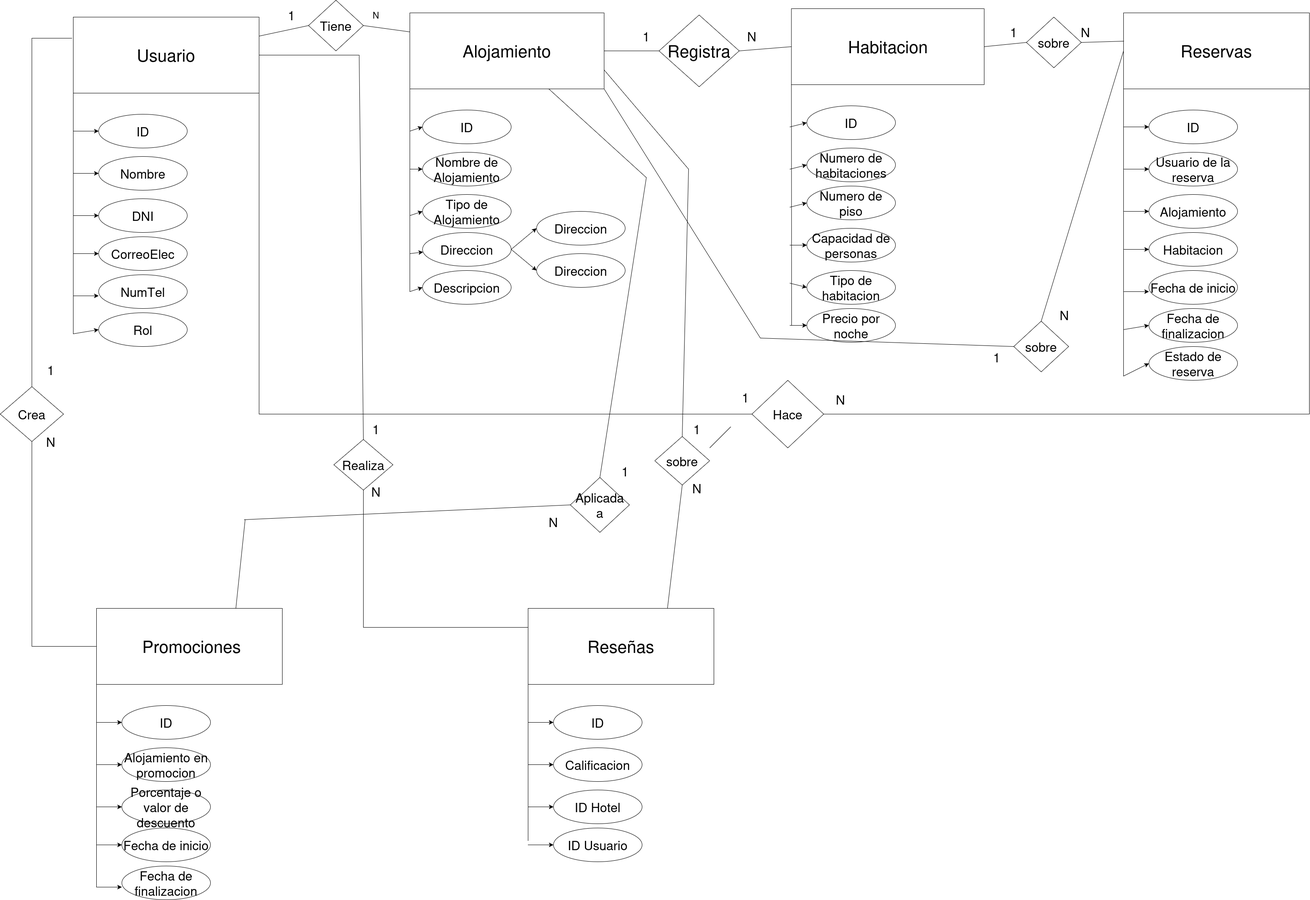
Before: Documentacion/Base_de_datos/MER gestion de reservas hotel.drawio.png, a diagram exported from draw.io (ElBoccha/-Grupo5_Garcerino_ESTFA_2026-). Source tidied: cells renumbered, new cells last; positions are measured from the earlier drawing's top-left corner, leaving out a move shared by most shapes.
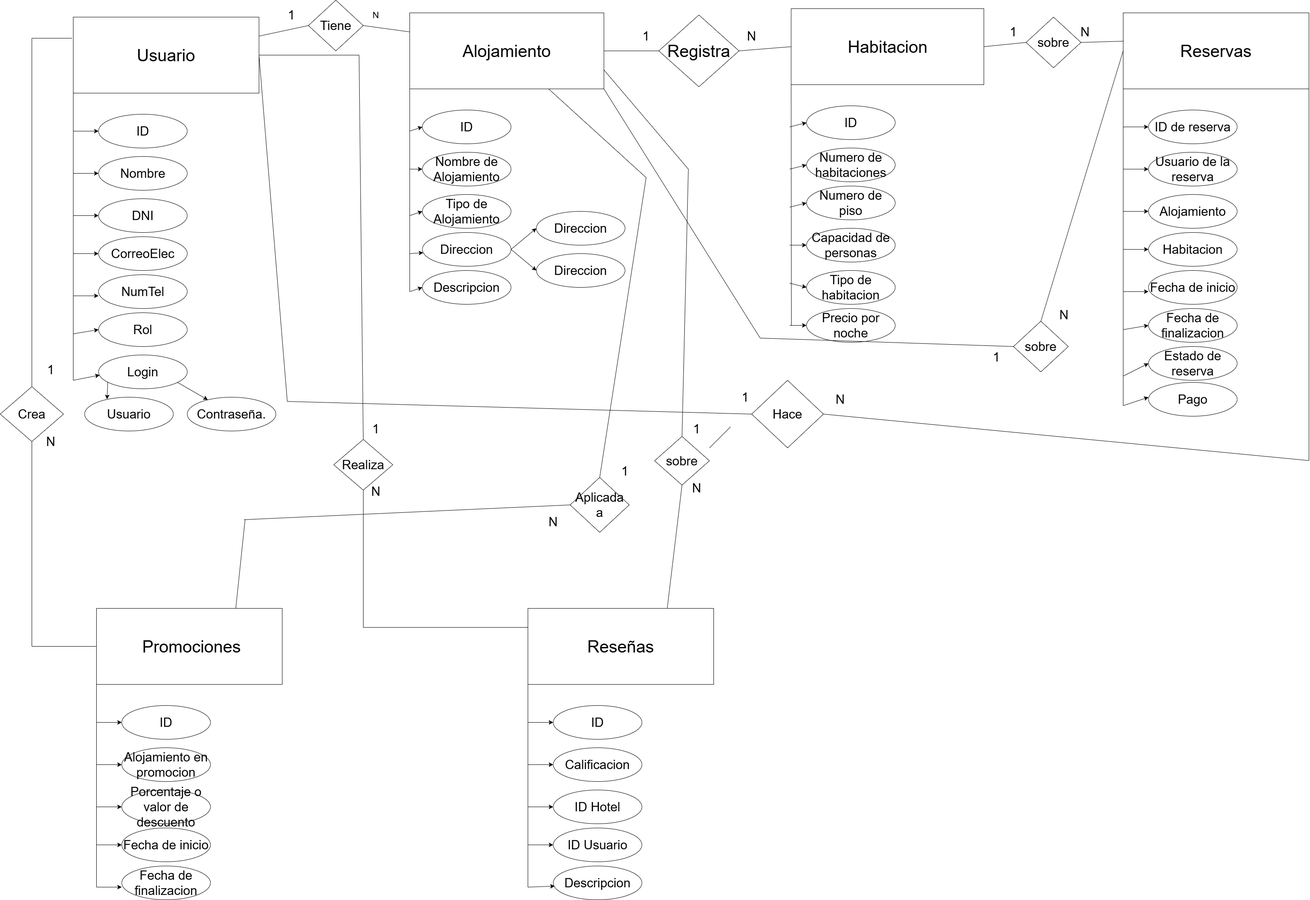
After the commit.

What changed in the source:
```diff
@@ -31,7 +31,7 @@
     </mxCell>
     <mxCell id="11" style="endArrow=none;html=1;rounded=0;fontSize=12;startSize=8;endSize=8;curved=1;entryX=0;entryY=1;entryDx=0;entryDy=0;" parent="1" edge="1" target="2">
       <mxGeometry relative="1" as="geometry">
-        <mxPoint x="173" y="790" as="sourcePoint" />
+        <mxPoint x="173" y="900" as="sourcePoint" />
       </mxGeometry>
     </mxCell>
     <mxCell id="12" style="endArrow=classic;html=1;rounded=0;fontSize=12;startSize=8;endSize=8;curved=1;entryX=0;entryY=0.5;entryDx=0;entryDy=0;" parent="1" edge="1" target="5">
@@ -148,7 +148,7 @@
     <mxCell id="40" value="&lt;span style=&quot;font-size: 40px;&quot;&gt;Reservas&lt;/span&gt;" style="rounded=0;whiteSpace=wrap;html=1;" parent="1" vertex="1">
       <mxGeometry x="2660" y="30" width="440" height="180" as="geometry" />
     </mxCell>
-    <mxCell id="41" value="&lt;font style=&quot;font-size: 30px;&quot;&gt;ID&lt;/font&gt;" style="ellipse;whiteSpace=wrap;html=1;" parent="1" vertex="1">
+    <mxCell id="41" value="&lt;span style=&quot;font-size: 30px;&quot;&gt;ID de reserva&lt;/span&gt;" style="ellipse;whiteSpace=wrap;html=1;" parent="1" vertex="1">
       <mxGeometry x="2720" y="260" width="210" height="80" as="geometry" />
     </mxCell>
     <mxCell id="42" value="&lt;span style=&quot;font-size: 30px;&quot;&gt;Usuario de la reserva&lt;/span&gt;" style="ellipse;whiteSpace=wrap;html=1;" parent="1" vertex="1">
@@ -208,7 +208,7 @@
     <mxCell id="55" style="endArrow=none;html=1;rounded=0;fontSize=12;startSize=8;endSize=8;curved=1;" parent="1" edge="1">
       <mxGeometry relative="1" as="geometry">
         <mxPoint x="2660" y="780" as="sourcePoint" />
-        <mxPoint x="2660" y="890" as="targetPoint" />
+        <mxPoint x="2660" y="960" as="targetPoint" />
       </mxGeometry>
     </mxCell>
     <mxCell id="56" style="endArrow=classic;html=1;rounded=0;fontSize=12;startSize=8;endSize=8;curved=1;entryX=0;entryY=0.5;entryDx=0;entryDy=0;" parent="1" edge="1" target="54">
@@ -317,7 +317,7 @@
     </mxCell>
     <mxCell id="81" style="endArrow=none;html=1;rounded=0;fontSize=12;startSize=8;endSize=8;curved=1;entryX=0;entryY=1;entryDx=0;entryDy=0;" parent="1" edge="1" target="76">
       <mxGeometry relative="1" as="geometry">
-        <mxPoint x="1250" y="1990" as="sourcePoint" />
+        <mxPoint x="1250" y="2100" as="sourcePoint" />
       </mxGeometry>
     </mxCell>
     <mxCell id="82" style="endArrow=classic;html=1;rounded=0;fontSize=12;startSize=8;endSize=8;curved=1;entryX=0;entryY=0.5;entryDx=0;entryDy=0;" parent="1" edge="1" target="77">
@@ -355,14 +355,14 @@
     <mxCell id="90" style="endArrow=none;html=1;rounded=0;exitX=1;exitY=0.5;exitDx=0;exitDy=0;entryX=0;entryY=0.5;entryDx=0;entryDy=0;" parent="1" edge="1" source="2" target="89">
       <mxGeometry relative="1" as="geometry">
         <Array as="points">
-          <mxPoint x="613" y="980" />
+          <mxPoint x="680" y="950" />
         </Array>
       </mxGeometry>
     </mxCell>
     <mxCell id="91" style="endArrow=none;html=1;rounded=0;exitX=1;exitY=0.5;exitDx=0;exitDy=0;entryX=1;entryY=1;entryDx=0;entryDy=0;" parent="1" edge="1" source="89" target="40">
       <mxGeometry relative="1" as="geometry">
         <Array as="points">
-          <mxPoint x="3100" y="980" />
+          <mxPoint x="3100" y="1090" />
         </Array>
       </mxGeometry>
     </mxCell>
@@ -525,5 +525,44 @@
     <mxCell id="132" value="&lt;font style=&quot;font-size: 30px;&quot;&gt;1&lt;/font&gt;" style="text;html=1;whiteSpace=wrap;strokeColor=none;fillColor=none;align=center;verticalAlign=middle;rounded=0;" parent="1" vertex="1">
       <mxGeometry x="2330" y="830" width="60" height="30" as="geometry" />
     </mxCell>
+    <mxCell id="133" value="&lt;span style=&quot;font-size: 30px;&quot;&gt;Login&lt;/span&gt;" style="ellipse;whiteSpace=wrap;html=1;" parent="1" vertex="1">
+      <mxGeometry x="233" y="840" width="210" height="80" as="geometry" />
+    </mxCell>
+    <mxCell id="134" style="endArrow=classic;html=1;rounded=0;fontSize=12;startSize=8;endSize=8;curved=1;entryX=0.013;entryY=0.596;entryDx=0;entryDy=0;entryPerimeter=0;" parent="1" edge="1" target="133">
+      <mxGeometry relative="1" as="geometry">
+        <mxPoint x="173" y="900" as="sourcePoint" />
+      </mxGeometry>
+    </mxCell>
+    <mxCell id="135" value="&lt;span style=&quot;font-size: 30px;&quot;&gt;Descripcion&lt;/span&gt;" style="ellipse;whiteSpace=wrap;html=1;" parent="1" vertex="1">
+      <mxGeometry x="1310" y="2050" width="210" height="80" as="geometry" />
+    </mxCell>
+    <mxCell id="136" style="endArrow=classic;html=1;rounded=0;fontSize=12;startSize=8;endSize=8;curved=1;entryX=0.017;entryY=0.596;entryDx=0;entryDy=0;entryPerimeter=0;" parent="1" edge="1" target="135">
+      <mxGeometry relative="1" as="geometry">
+        <mxPoint x="1250" y="2100" as="sourcePoint" />
+      </mxGeometry>
+    </mxCell>
+    <mxCell id="137" value="&lt;span style=&quot;font-size: 30px;&quot;&gt;Pago&lt;/span&gt;" style="ellipse;whiteSpace=wrap;html=1;" parent="1" vertex="1">
+      <mxGeometry x="2720" y="905" width="210" height="80" as="geometry" />
+    </mxCell>
+    <mxCell id="138" style="endArrow=classic;html=1;rounded=0;fontSize=12;startSize=8;endSize=8;curved=1;entryX=0;entryY=0.5;entryDx=0;entryDy=0;" parent="1" edge="1">
+      <mxGeometry relative="1" as="geometry">
+        <mxPoint x="2660" y="960" as="sourcePoint" />
+        <mxPoint x="2720" y="940" as="targetPoint" />
+      </mxGeometry>
+    </mxCell>
+    <mxCell id="139" value="&lt;span style=&quot;font-size: 30px;&quot;&gt;Usuario&lt;/span&gt;" style="ellipse;whiteSpace=wrap;html=1;" parent="1" vertex="1">
+      <mxGeometry x="200" y="940" width="210" height="80" as="geometry" />
+    </mxCell>
+    <mxCell id="140" value="&lt;span style=&quot;font-size: 30px;&quot;&gt;Contraseña.&lt;/span&gt;" style="ellipse;whiteSpace=wrap;html=1;" parent="1" vertex="1">
+      <mxGeometry x="443" y="940" width="210" height="80" as="geometry" />
+    </mxCell>
+    <mxCell id="141" style="endArrow=classic;html=1;rounded=0;fontSize=12;startSize=8;endSize=8;curved=1;" parent="1" edge="1" target="140">
+      <mxGeometry relative="1" as="geometry">
+        <mxPoint x="420" y="905" as="sourcePoint" />
+      </mxGeometry>
+    </mxCell>
+    <mxCell id="142" style="endArrow=classic;html=1;rounded=0;fontSize=12;startSize=8;endSize=8;curved=1;entryX=0.253;entryY=0.061;entryDx=0;entryDy=0;entryPerimeter=0;exitX=0.103;exitY=0.793;exitDx=0;exitDy=0;exitPerimeter=0;" parent="1" edge="1" source="133" target="139">
+      <mxGeometry relative="1" as="geometry" />
+    </mxCell>
   </root>
 </mxGraphModel>
```
